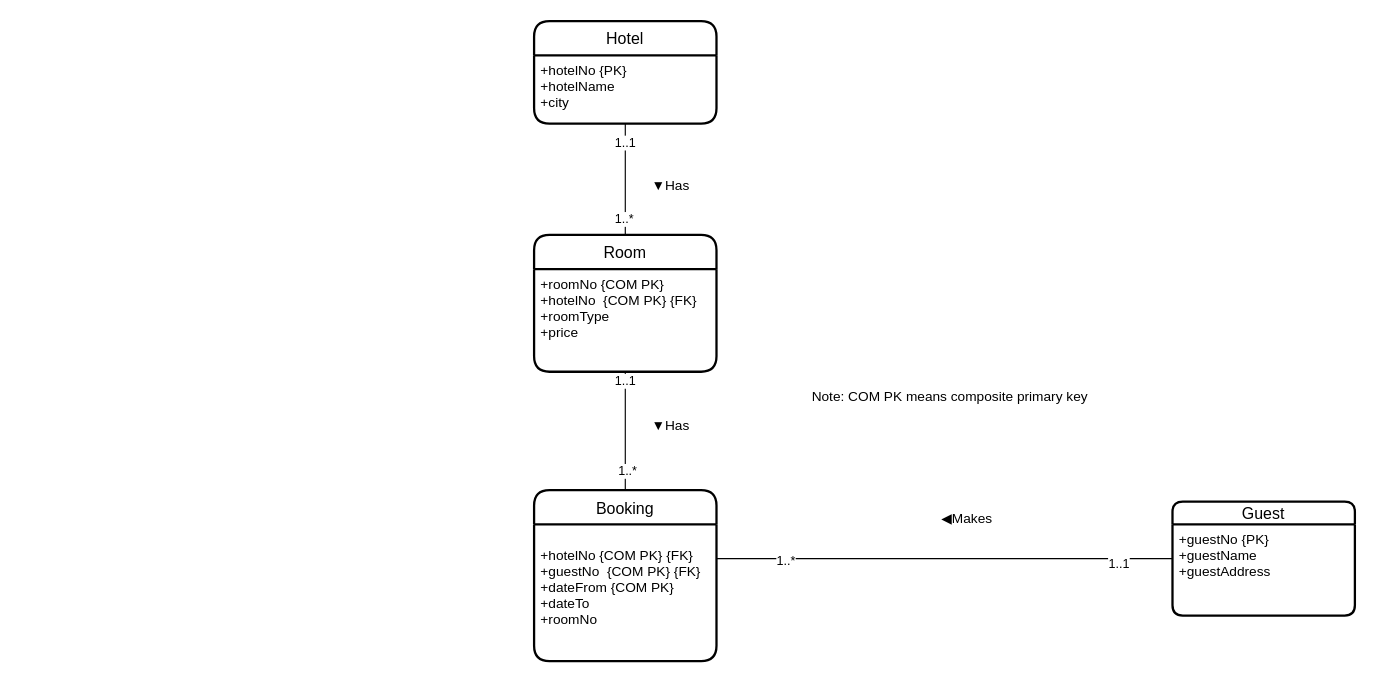
This is page "Page-3" (3 of 3) of 未命名绘图.drawio from bincute/iAmReadingBook, a draw.io file, before an edit. Source tidied: cells renumbered, new cells numbered last; positions are measured from the earlier drawing's top-left corner, leaving out a move shared by most shapes. Both pictures are drawn from the tidied source at 114%, with x=0, y=0 at pixel (534, 21).
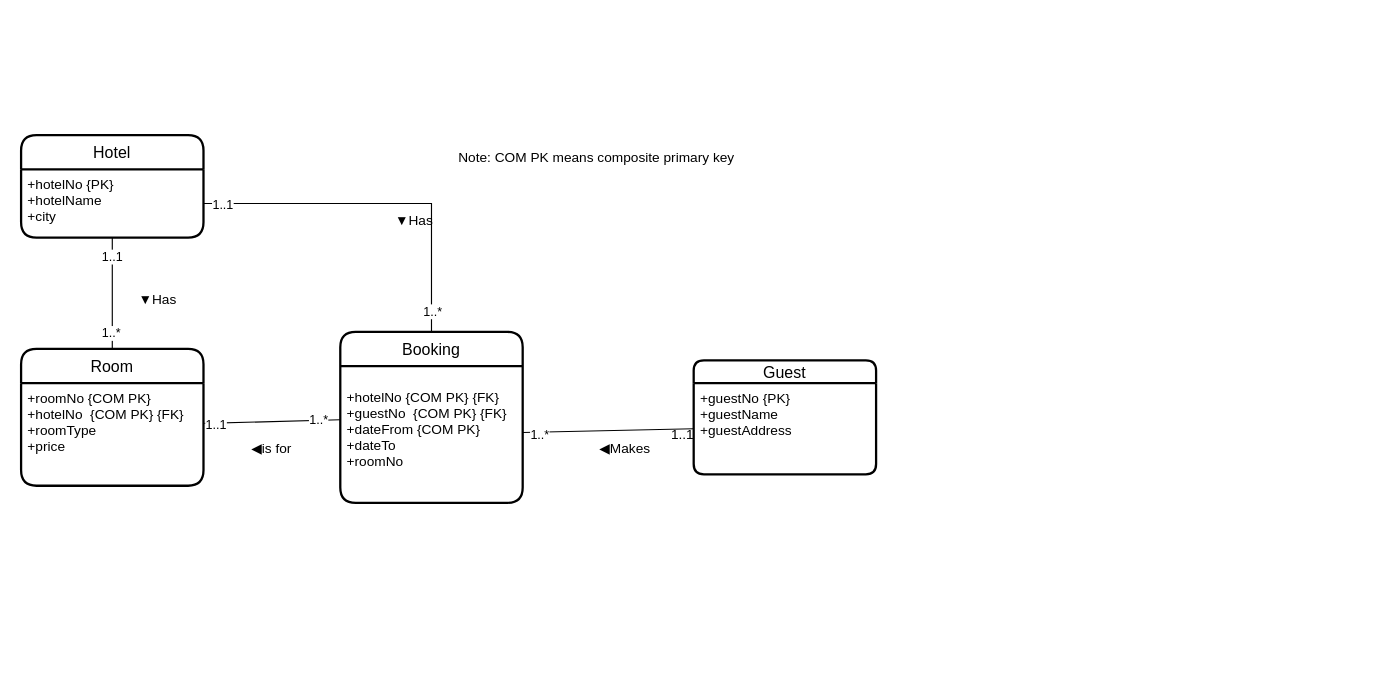
Above is the later version.

Commit message:
Update 未命名绘图.drawio

Unchanged cells that the change refers to:
```xml
<mxCell id="6" value="+roomNo {COM PK}&#10;+hotelNo  {COM PK} {FK}&#10;+roomType &#10;+price" style="align=left;strokeColor=none;fillColor=none;spacingLeft=4;fontSize=12;verticalAlign=top;" parent="5" vertex="1">
  <mxGeometry y="30" width="160" height="90" as="geometry" />
</mxCell>
<mxCell id="8" value="+guestNo {PK}&#10;+guestName&#10;+guestAddress&#10;" style="align=left;strokeColor=none;fillColor=none;spacingLeft=4;fontSize=12;verticalAlign=top;" parent="7" vertex="1">
  <mxGeometry y="20" width="160" height="80" as="geometry" />
</mxCell>
<mxCell id="13" value="+hotelNo {PK}&#10;+hotelName&#10;+city" style="align=left;strokeColor=none;fillColor=none;spacingLeft=4;fontSize=12;verticalAlign=top;" parent="12" vertex="1">
  <mxGeometry y="30" width="160" height="60" as="geometry" />
</mxCell>
<mxCell id="18" value="&#10;+hotelNo {COM PK} {FK}&#10;+guestNo  {COM PK} {FK}&#10;+dateFrom {COM PK}&#10;+dateTo&#10;+roomNo&#10;" style="align=left;strokeColor=none;fillColor=none;spacingLeft=4;fontSize=12;verticalAlign=top;" parent="17" vertex="1">
  <mxGeometry y="30" width="160" height="120" as="geometry" />
</mxCell>
```

Diff of the diagram source:
```diff
@@
-    <mxCell id="2" style="rounded=0;jettySize=auto;html=1;exitX=0.5;exitY=1;exitDx=0;exitDy=0;endArrow=none;endFill=0;" parent="1" edge="1" source="5" target="17">
+    <mxCell id="2" style="rounded=0;jettySize=auto;html=1;exitX=1.005;exitY=0.392;exitDx=0;exitDy=0;endArrow=none;endFill=0;exitPerimeter=0;" parent="1" edge="1" source="6" target="17">
       <mxGeometry relative="1" as="geometry" />
     </mxCell>
@@
     <mxCell id="5" value="Room" style="swimlane;horizontal=1;startSize=30;rounded=1;fontSize=14;fontStyle=0;strokeWidth=2;shadow=0;dashed=0;align=center;" parent="1" vertex="1">
-      <mxGeometry y="187.6" width="160" height="120" as="geometry" />
+      <mxGeometry x="-450" y="287.6" width="160" height="120" as="geometry" />
     </mxCell>
@@
     <mxCell id="7" value="Guest" style="swimlane;horizontal=1;startSize=20;rounded=1;fontSize=14;fontStyle=0;strokeWidth=2;shadow=0;dashed=0;align=center;" parent="1" vertex="1">
-      <mxGeometry x="560" y="421.5" width="160" height="100" as="geometry" />
+      <mxGeometry x="140" y="297.6" width="160" height="100" as="geometry" />
     </mxCell>
@@
-    <mxCell id="9" style="edgeStyle=none;rounded=0;jettySize=auto;html=1;entryX=0;entryY=0.5;entryDx=0;entryDy=0;endArrow=none;endFill=0;exitX=1;exitY=0.25;exitDx=0;exitDy=0;" parent="1" edge="1" source="18" target="7">
-      <mxGeometry relative="1" as="geometry" />
-    </mxCell>
-    <mxCell id="10" value="1..*" style="edgeLabel;html=1;align=center;verticalAlign=middle;" parent="9" vertex="1">
-      <mxGeometry x="-0.7" y="-2" relative="1" as="geometry" />
-    </mxCell>
-    <mxCell id="11" value="1..1" style="edgeLabel;html=1;align=center;verticalAlign=middle;" parent="9" vertex="1">
-      <mxGeometry x="0.76" y="-4" relative="1" as="geometry" />
-    </mxCell>
     <mxCell id="12" value="Hotel" style="swimlane;horizontal=1;startSize=30;rounded=1;fontSize=14;fontStyle=0;strokeWidth=2;shadow=0;dashed=0;align=center;" parent="1" vertex="1">
-      <mxGeometry width="160" height="90" as="geometry" />
+      <mxGeometry x="-450" y="100" width="160" height="90" as="geometry" />
     </mxCell>
@@
     <mxCell id="17" value="Booking" style="swimlane;horizontal=1;startSize=30;rounded=1;fontSize=14;fontStyle=0;strokeWidth=2;shadow=0;dashed=0;align=center;" parent="1" vertex="1">
-      <mxGeometry y="411.5" width="160" height="150" as="geometry" />
+      <mxGeometry x="-170" y="272.6" width="160" height="150" as="geometry" />
     </mxCell>
@@
     <mxCell id="19" value="◀Makes" style="text;html=1;strokeColor=none;fillColor=none;align=center;verticalAlign=middle;whiteSpace=wrap;rounded=0;" parent="1" vertex="1">
-      <mxGeometry x="350" y="421.5" width="60" height="30" as="geometry" />
+      <mxGeometry x="50" y="360" width="60" height="30" as="geometry" />
     </mxCell>
     <mxCell id="20" value="▼Has" style="text;html=1;strokeColor=none;fillColor=none;align=center;verticalAlign=middle;whiteSpace=wrap;rounded=0;" parent="1" vertex="1">
-      <mxGeometry x="90" y="130" width="60" height="30" as="geometry" />
+      <mxGeometry x="-360" y="230" width="60" height="30" as="geometry" />
     </mxCell>
     <mxCell id="21" value="▼Has" style="text;html=1;strokeColor=none;fillColor=none;align=center;verticalAlign=middle;whiteSpace=wrap;rounded=0;" parent="1" vertex="1">
-      <mxGeometry x="90" y="340" width="60" height="30" as="geometry" />
+      <mxGeometry x="-135" y="160" width="60" height="30" as="geometry" />
     </mxCell>
     <mxCell id="22" value="Note: COM PK means composite primary key" style="text;html=1;strokeColor=none;fillColor=none;align=center;verticalAlign=middle;whiteSpace=wrap;rounded=0;" parent="1" vertex="1">
-      <mxGeometry x="240" y="300" width="250" height="60" as="geometry" />
+      <mxGeometry x="-70" y="90" width="250" height="60" as="geometry" />
     </mxCell>
+    <mxCell id="23" style="rounded=0;jettySize=auto;html=1;exitX=0;exitY=0.5;exitDx=0;exitDy=0;endArrow=none;endFill=0;" parent="1" edge="1" source="8" target="18">
+      <mxGeometry relative="1" as="geometry" />
+    </mxCell>
+    <mxCell id="24" value="1..*" style="edgeLabel;html=1;align=center;verticalAlign=middle;" parent="23" vertex="1">
+      <mxGeometry x="0.81" y="2" relative="1" as="geometry" />
+    </mxCell>
+    <mxCell id="25" value="1..1" style="text;html=1;align=center;verticalAlign=middle;strokeColor=none;fillColor=none;" parent="1" vertex="1">
+      <mxGeometry x="110" y="348" width="40" height="30" as="geometry" />
+    </mxCell>
+    <mxCell id="26" style="edgeStyle=orthogonalEdgeStyle;rounded=0;jettySize=auto;html=1;exitX=1;exitY=0.5;exitDx=0;exitDy=0;entryX=0.5;entryY=0;entryDx=0;entryDy=0;endArrow=none;endFill=0;" parent="1" edge="1" source="13" target="17">
+      <mxGeometry relative="1" as="geometry" />
+    </mxCell>
+    <mxCell id="11" value="1..1" style="edgeLabel;html=1;align=center;verticalAlign=middle;" parent="26" vertex="1">
+      <mxGeometry x="-0.9" relative="1" as="geometry" />
+    </mxCell>
+    <mxCell id="27" value="1..*" style="edgeLabel;html=1;align=center;verticalAlign=middle;" parent="26" vertex="1">
+      <mxGeometry x="0.88" relative="1" as="geometry" />
+    </mxCell>
+    <mxCell id="28" value="◀is for" style="text;html=1;strokeColor=none;fillColor=none;align=center;verticalAlign=middle;whiteSpace=wrap;rounded=0;" parent="1" vertex="1">
+      <mxGeometry x="-270" y="360" width="80" height="30" as="geometry" />
+    </mxCell>
```
